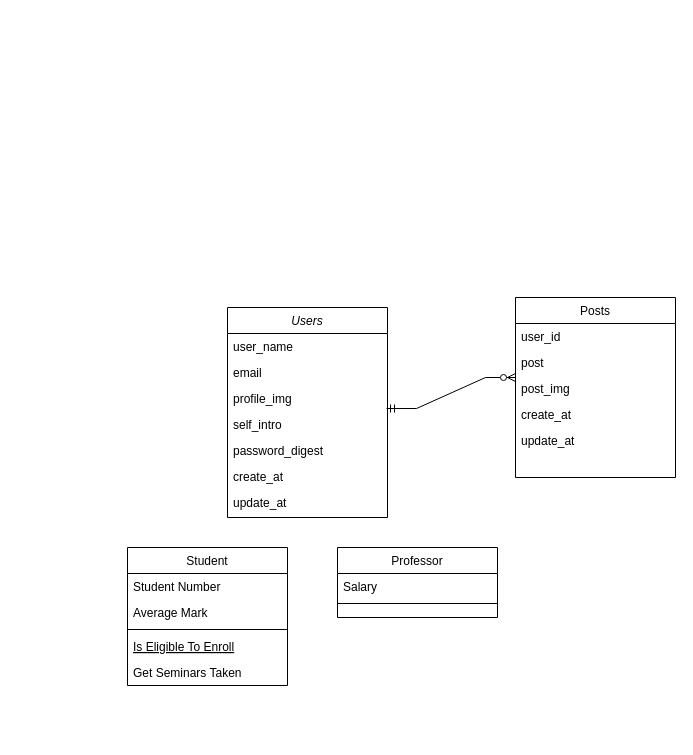
Earlier version of the draw.io diagram 名称未設定ファイル.drawio (Mari-st-11/til). Source tidied: cells renumbered, new cells numbered last; positions are measured from the earlier drawing's top-left corner, leaving out a move shared by most shapes. Both pictures are drawn from the tidied source at 100%, with x=0, y=0 at pixel (127, 297).
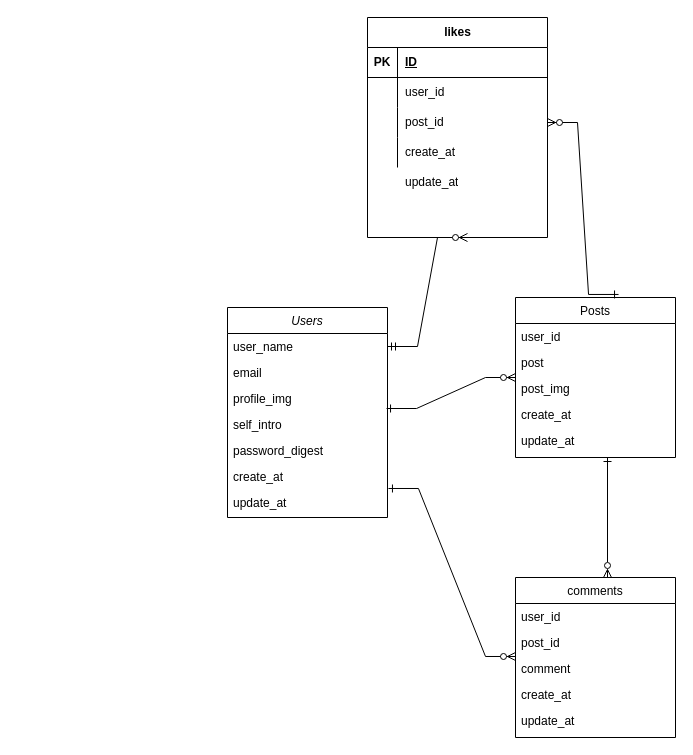
The same page after the edit.

Commit message (it also covers changes not shown here):
名称未設定ファイル.drawio を更新します

The change refers to these unchanged cells:
```xml
<mxCell id="3" value="user_name" style="text;align=left;verticalAlign=top;spacingLeft=4;spacingRight=4;overflow=hidden;points=[[0,0.5],[1,0.5]];portConstraint=eastwest;" parent="2" vertex="1">
  <mxGeometry y="26" width="160" height="26" as="geometry" />
</mxCell>
<mxCell id="6" value="self_intro" style="text;align=left;verticalAlign=top;spacingLeft=4;spacingRight=4;overflow=hidden;points=[[0,0.5],[1,0.5]];portConstraint=eastwest;" parent="2" vertex="1">
  <mxGeometry y="104" width="160" height="26" as="geometry" />
</mxCell>
<mxCell id="9" value="update_at" style="text;align=left;verticalAlign=top;spacingLeft=4;spacingRight=4;overflow=hidden;points=[[0,0.5],[1,0.5]];portConstraint=eastwest;" parent="2" vertex="1">
  <mxGeometry y="182" width="160" height="28" as="geometry" />
</mxCell>
```

The edit, as a diff of the source:
```diff
@@
-    <mxCell id="10" value="Student" style="swimlane;fontStyle=0;align=center;verticalAlign=top;horizontal=1;startSize=26;rounded=0;shadow=0;strokeWidth=1;" parent="1" vertex="1">
-      <mxGeometry y="250" width="160" height="138" as="geometry" />
+    <mxCell id="10" value="comments" style="swimlane;fontStyle=0;align=center;verticalAlign=top;horizontal=1;startSize=26;rounded=0;shadow=0;strokeWidth=1;" parent="1" vertex="1">
+      <mxGeometry x="388" y="280" width="160" height="160" as="geometry" />
     </mxCell>
-    <mxCell id="11" value="Student Number" style="text;align=left;verticalAlign=top;spacingLeft=4;spacingRight=4;overflow=hidden;" parent="10" vertex="1">
+    <mxCell id="11" value="user_id" style="text;align=left;verticalAlign=top;spacingLeft=4;spacingRight=4;overflow=hidden;" parent="10" vertex="1">
       <mxGeometry y="26" width="160" height="26" as="geometry" />
     </mxCell>
-    <mxCell id="12" value="Average Mark" style="text;align=left;verticalAlign=top;spacingLeft=4;spacingRight=4;overflow=hidden;points=[[0,0.5],[1,0.5]];portConstraint=eastwest;rounded=0;shadow=0;html=0;" parent="10" vertex="1">
+    <mxCell id="12" value="post_id" style="text;align=left;verticalAlign=top;spacingLeft=4;spacingRight=4;overflow=hidden;points=[[0,0.5],[1,0.5]];portConstraint=eastwest;rounded=0;shadow=0;html=0;" parent="10" vertex="1">
       <mxGeometry y="52" width="160" height="26" as="geometry" />
     </mxCell>
-    <mxCell id="13" style="line;html=1;strokeWidth=1;align=left;verticalAlign=middle;spacingTop=-1;spacingLeft=3;spacingRight=3;labelPosition=right;" parent="10" vertex="1">
-      <mxGeometry y="78" width="160" height="8" as="geometry" />
-    </mxCell>
-    <mxCell id="14" value="Is Eligible To Enroll" style="text;align=left;verticalAlign=top;spacingLeft=4;spacingRight=4;overflow=hidden;fontStyle=4;" parent="10" vertex="1">
-      <mxGeometry y="86" width="160" height="26" as="geometry" />
-    </mxCell>
-    <mxCell id="15" value="Get Seminars Taken" style="text;align=left;verticalAlign=top;spacingLeft=4;spacingRight=4;overflow=hidden;" parent="10" vertex="1">
-      <mxGeometry y="112" width="160" height="26" as="geometry" />
-    </mxCell>
-    <mxCell id="16" value="Professor" style="swimlane;fontStyle=0;align=center;verticalAlign=top;horizontal=1;startSize=26;rounded=0;shadow=0;strokeWidth=1;" parent="1" vertex="1">
-      <mxGeometry x="210" y="250" width="160" height="70" as="geometry" />
-    </mxCell>
-    <mxCell id="17" value="Salary" style="text;align=left;verticalAlign=top;spacingLeft=4;spacingRight=4;overflow=hidden;" parent="16" vertex="1">
-      <mxGeometry y="26" width="160" height="26" as="geometry" />
-    </mxCell>
-    <mxCell id="18" style="line;html=1;strokeWidth=1;align=left;verticalAlign=middle;spacingTop=-1;spacingLeft=3;spacingRight=3;labelPosition=right;" parent="16" vertex="1">
-      <mxGeometry y="52" width="160" height="8" as="geometry" />
-    </mxCell>
+    <mxCell id="26" value="comment" style="text;align=left;verticalAlign=top;spacingLeft=4;spacingRight=4;overflow=hidden;rounded=0;shadow=0;html=0;" parent="10" vertex="1">
+      <mxGeometry y="78" width="160" height="26" as="geometry" />
+    </mxCell>
+    <mxCell id="27" value="create_at" style="text;align=left;verticalAlign=top;spacingLeft=4;spacingRight=4;overflow=hidden;rounded=0;shadow=0;html=0;" parent="10" vertex="1">
+      <mxGeometry y="104" width="160" height="26" as="geometry" />
+    </mxCell>
+    <mxCell id="28" value="update_at" style="text;align=left;verticalAlign=top;spacingLeft=4;spacingRight=4;overflow=hidden;rounded=0;shadow=0;html=0;" parent="10" vertex="1">
+      <mxGeometry y="130" width="160" height="26" as="geometry" />
+    </mxCell>
     <mxCell id="19" value="Posts" style="swimlane;fontStyle=0;align=center;verticalAlign=top;horizontal=1;startSize=26;rounded=0;shadow=0;strokeWidth=1;" parent="1" vertex="1">
-      <mxGeometry x="388" width="160" height="180" as="geometry" />
+      <mxGeometry x="388" width="160" height="160" as="geometry" />
     </mxCell>
@@
-    <mxCell id="25" style="edgeStyle=entityRelationEdgeStyle;fontSize=12;html=1;endArrow=ERzeroToMany;startArrow=ERmandOne;rounded=0;exitX=0.994;exitY=-0.115;exitDx=0;exitDy=0;exitPerimeter=0;" parent="1" edge="1" source="6">
+    <mxCell id="25" style="edgeStyle=entityRelationEdgeStyle;fontSize=12;html=1;endArrow=ERzeroToMany;startArrow=ERone;rounded=0;exitX=0.994;exitY=-0.115;exitDx=0;exitDy=0;exitPerimeter=0;startFill=0;" parent="1" edge="1" source="6">
       <mxGeometry relative="1" as="geometry">
         <mxPoint x="388" y="80" as="targetPoint" />
+        <Array as="points">
+          <mxPoint x="270" y="90" />
+        </Array>
       </mxGeometry>
     </mxCell>
+    <mxCell id="29" style="endArrow=ERone;html=1;rounded=0;exitX=0.575;exitY=0;exitDx=0;exitDy=0;exitPerimeter=0;startArrow=ERzeroToMany;startFill=0;endFill=0;" parent="1" edge="1" source="10">
+      <mxGeometry relative="1" as="geometry">
+        <mxPoint x="480" y="160" as="targetPoint" />
+      </mxGeometry>
+    </mxCell>
+    <mxCell id="30" style="edgeStyle=entityRelationEdgeStyle;fontSize=12;html=1;endArrow=ERzeroToMany;startArrow=ERone;rounded=0;exitX=1.006;exitY=-0.036;exitDx=0;exitDy=0;exitPerimeter=0;entryX=0;entryY=1.038;entryDx=0;entryDy=0;entryPerimeter=0;startFill=0;" parent="1" edge="1" source="9" target="12">
+      <mxGeometry relative="1" as="geometry" />
+    </mxCell>
+    <mxCell id="31" value="likes" style="shape=table;startSize=30;childLayout=tableLayout;rowLines=0;fontStyle=1;align=center;html=1;" parent="1" vertex="1">
+      <mxGeometry x="240" y="-280" width="180" height="220" as="geometry" />
+    </mxCell>
+    <mxCell id="32" style="shape=tableRow;horizontal=0;startSize=0;swimlaneHead=0;swimlaneBody=0;fillColor=none;top=0;left=0;right=0;bottom=1;" parent="31" vertex="1">
+      <mxGeometry y="30" width="180" height="30" as="geometry" />
+    </mxCell>
+    <mxCell id="33" value="PK" style="shape=partialRectangle;fillColor=none;top=0;left=0;bottom=0;right=0;fontStyle=1;overflow=hidden;whiteSpace=wrap;html=1;" parent="32" vertex="1">
+      <mxGeometry width="30" height="30" as="geometry" />
+    </mxCell>
+    <mxCell id="34" value="ID" style="shape=partialRectangle;fillColor=none;top=0;left=0;bottom=0;right=0;align=left;spacingLeft=6;fontStyle=5;overflow=hidden;whiteSpace=wrap;html=1;" parent="32" vertex="1">
+      <mxGeometry x="30" width="150" height="30" as="geometry" />
+    </mxCell>
+    <mxCell id="35" style="shape=tableRow;horizontal=0;startSize=0;swimlaneHead=0;swimlaneBody=0;fillColor=none;top=0;left=0;right=0;bottom=0;" parent="31" vertex="1">
+      <mxGeometry y="60" width="180" height="30" as="geometry" />
+    </mxCell>
+    <mxCell id="36" style="shape=partialRectangle;fillColor=none;top=0;left=0;bottom=0;right=0;overflow=hidden;whiteSpace=wrap;html=1;" parent="35" vertex="1">
+      <mxGeometry width="30" height="30" as="geometry" />
+    </mxCell>
+    <mxCell id="37" value="&lt;span style=&quot;text-wrap-mode: nowrap;&quot;&gt;user_id&lt;/span&gt;" style="shape=partialRectangle;fillColor=none;top=0;left=0;bottom=0;right=0;align=left;spacingLeft=6;overflow=hidden;whiteSpace=wrap;html=1;" parent="35" vertex="1">
+      <mxGeometry x="30" width="150" height="30" as="geometry" />
+    </mxCell>
+    <mxCell id="38" style="shape=tableRow;horizontal=0;startSize=0;swimlaneHead=0;swimlaneBody=0;fillColor=none;points=[[0,0.5],[1,0.5]];portConstraint=eastwest;top=0;left=0;right=0;bottom=0;" parent="31" vertex="1">
+      <mxGeometry y="90" width="180" height="30" as="geometry" />
+    </mxCell>
+    <mxCell id="39" style="shape=partialRectangle;fillColor=none;top=0;left=0;bottom=0;right=0;overflow=hidden;whiteSpace=wrap;html=1;" parent="38" vertex="1">
+      <mxGeometry width="30" height="30" as="geometry" />
+    </mxCell>
+    <mxCell id="40" value="&lt;span style=&quot;text-wrap-mode: nowrap;&quot;&gt;post_id&lt;/span&gt;" style="shape=partialRectangle;fillColor=none;top=0;left=0;bottom=0;right=0;align=left;spacingLeft=6;overflow=hidden;whiteSpace=wrap;html=1;" parent="38" vertex="1">
+      <mxGeometry x="30" width="150" height="30" as="geometry" />
+    </mxCell>
+    <mxCell id="41" style="shape=tableRow;horizontal=0;startSize=0;swimlaneHead=0;swimlaneBody=0;fillColor=none;top=0;left=0;right=0;bottom=0;" parent="31" vertex="1">
+      <mxGeometry y="120" width="180" height="30" as="geometry" />
+    </mxCell>
+    <mxCell id="42" style="shape=partialRectangle;fillColor=none;top=0;left=0;bottom=0;right=0;overflow=hidden;whiteSpace=wrap;html=1;" parent="41" vertex="1">
+      <mxGeometry width="30" height="30" as="geometry" />
+    </mxCell>
+    <mxCell id="43" value="&lt;span style=&quot;text-wrap-mode: nowrap;&quot;&gt;create_at&lt;/span&gt;" style="shape=partialRectangle;fillColor=none;top=0;left=0;bottom=0;right=0;align=left;spacingLeft=6;overflow=hidden;whiteSpace=wrap;html=1;" parent="41" vertex="1">
+      <mxGeometry x="30" width="150" height="30" as="geometry" />
+    </mxCell>
+    <mxCell id="44" style="shape=tableRow;horizontal=0;startSize=0;swimlaneHead=0;swimlaneBody=0;fillColor=none;top=0;left=0;right=0;bottom=0;" parent="1" vertex="1">
+      <mxGeometry x="-110" y="220" width="180" height="30" as="geometry" />
+    </mxCell>
+    <mxCell id="45" style="shape=partialRectangle;fillColor=none;top=0;left=0;bottom=0;right=0;overflow=hidden;whiteSpace=wrap;html=1;" parent="44" vertex="1">
+      <mxGeometry width="30" height="30" as="geometry" />
+    </mxCell>
+    <mxCell id="46" value="&lt;span style=&quot;text-wrap-mode: nowrap;&quot;&gt;update_at&lt;/span&gt;" style="shape=partialRectangle;fillColor=none;top=0;left=0;bottom=0;right=0;align=left;spacingLeft=6;overflow=hidden;whiteSpace=wrap;html=1;" parent="1" vertex="1">
+      <mxGeometry x="270" y="-130" width="150" height="30" as="geometry" />
+    </mxCell>
+    <mxCell id="47" style="shape=partialRectangle;fillColor=none;top=0;left=0;bottom=0;right=0;align=left;spacingLeft=6;overflow=hidden;whiteSpace=wrap;html=1;" parent="1" vertex="1">
+      <mxGeometry x="270" y="-130" width="150" height="30" as="geometry" />
+    </mxCell>
+    <mxCell id="48" style="edgeStyle=entityRelationEdgeStyle;fontSize=12;html=1;endArrow=ERzeroToMany;startArrow=ERmandOne;rounded=0;exitX=1;exitY=0.5;exitDx=0;exitDy=0;" parent="1" edge="1" source="3">
+      <mxGeometry relative="1" as="geometry">
+        <mxPoint x="340" y="-60" as="targetPoint" />
+      </mxGeometry>
+    </mxCell>
+    <mxCell id="49" style="edgeStyle=entityRelationEdgeStyle;fontSize=12;html=1;endArrow=ERone;endFill=0;startArrow=ERzeroToMany;rounded=0;exitX=1;exitY=0.5;exitDx=0;exitDy=0;entryX=0.644;entryY=-0.019;entryDx=0;entryDy=0;entryPerimeter=0;" parent="1" edge="1" source="38" target="19">
+      <mxGeometry relative="1" as="geometry" />
+    </mxCell>
```
